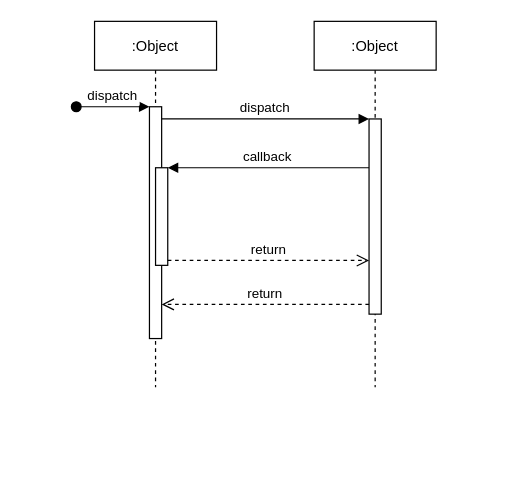
Earlier version of the draw.io diagram Untitled Diagram.drawio (yxian0315/alliances-biz). Source tidied: cells renumbered, new cells numbered last; positions are measured from the earlier drawing's top-left corner, leaving out a move shared by most shapes. Both pictures are drawn from the tidied source at 122%, with x=0, y=0 at pixel (76, 21).
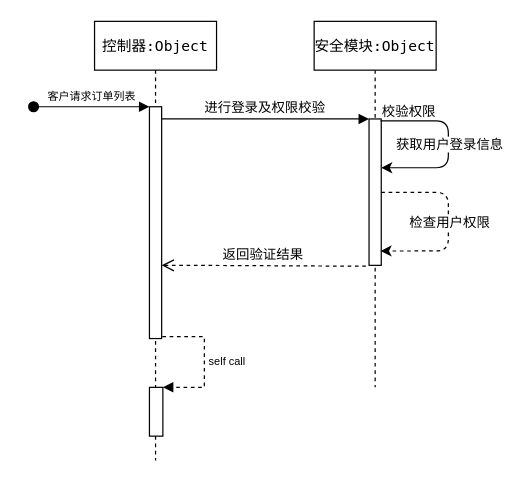
Above is the later version.

Unchanged cells that the change refers to:
```xml
<mxCell id="3" style="points=[];perimeter=orthogonalPerimeter;rounded=0;shadow=0;strokeWidth=1;" parent="2" vertex="1">
  <mxGeometry x="45" y="70" width="10" height="190" as="geometry" />
</mxCell>
```

Diff of the diagram source:
```diff
@@
-    <mxCell id="2" value=":Object" style="shape=umlLifeline;perimeter=lifelinePerimeter;rounded=0;shadow=0;strokeWidth=1;" parent="1" vertex="1">
-      <mxGeometry x="15" width="100" height="300" as="geometry" />
+    <mxCell id="2" value="控制器:Object" style="shape=umlLifeline;perimeter=lifelinePerimeter;rounded=0;shadow=0;strokeWidth=1;fontFamily=Lucida Console;" parent="1" vertex="1">
+      <mxGeometry x="15" width="100" height="360" as="geometry" />
     </mxCell>
@@
-    <mxCell id="4" value="dispatch" style="verticalAlign=bottom;startArrow=oval;endArrow=block;startSize=8;shadow=0;strokeWidth=1;" parent="2" edge="1" target="3">
+    <mxCell id="4" value="客户请求订单列表" style="verticalAlign=bottom;startArrow=oval;endArrow=block;startSize=8;shadow=0;strokeWidth=1;fontSize=9;fontFamily=Helvetica;" parent="2" edge="1" target="3">
       <mxGeometry relative="1" as="geometry">
-        <mxPoint x="-15" y="70" as="sourcePoint" />
+        <mxPoint x="-50" y="70" as="sourcePoint" />
       </mxGeometry>
     </mxCell>
-    <mxCell id="5" style="points=[];perimeter=orthogonalPerimeter;rounded=0;shadow=0;strokeWidth=1;" parent="2" vertex="1">
-      <mxGeometry x="50" y="120" width="10" height="80" as="geometry" />
-    </mxCell>
+    <mxCell id="12" style="html=1;points=[];perimeter=orthogonalPerimeter;fontFamily=Helvetica;fontSize=9;imageWidth=24;imageHeight=24;" parent="2" vertex="1">
+      <mxGeometry x="45" y="300" width="11" height="40" as="geometry" />
+    </mxCell>
+    <mxCell id="13" value="self call" style="edgeStyle=orthogonalEdgeStyle;html=1;align=left;spacingLeft=2;endArrow=block;rounded=0;entryX=1;entryY=0;dashed=1;fontFamily=Helvetica;fontSize=9;exitX=1.057;exitY=0.992;exitDx=0;exitDy=0;exitPerimeter=0;" parent="2" edge="1" source="3" target="12">
+      <mxGeometry relative="1" as="geometry">
+        <Array as="points">
+          <mxPoint x="90" y="259" />
+          <mxPoint x="90" y="300" />
+        </Array>
+      </mxGeometry>
+    </mxCell>
-    <mxCell id="6" value=":Object" style="shape=umlLifeline;perimeter=lifelinePerimeter;rounded=0;shadow=0;strokeWidth=1;" parent="1" vertex="1">
+    <mxCell id="6" value="安全模块:Object" style="shape=umlLifeline;perimeter=lifelinePerimeter;rounded=0;shadow=0;strokeWidth=1;fontFamily=Lucida Console;" parent="1" vertex="1">
       <mxGeometry x="195" width="100" height="300" as="geometry" />
     </mxCell>
     <mxCell id="7" style="points=[];perimeter=orthogonalPerimeter;rounded=0;shadow=0;strokeWidth=1;" parent="6" vertex="1">
-      <mxGeometry x="45" y="80" width="10" height="160" as="geometry" />
+      <mxGeometry x="45" y="80" width="10" height="120" as="geometry" />
     </mxCell>
+    <mxCell id="14" style="endArrow=classic;html=1;fontFamily=Helvetica;fontSize=9;exitX=0.943;exitY=0.013;exitDx=0;exitDy=0;exitPerimeter=0;edgeStyle=orthogonalEdgeStyle;" parent="6" edge="1" source="7" target="7">
+      <mxGeometry relative="1" as="geometry">
+        <Array as="points">
+          <mxPoint x="110" y="82" />
+          <mxPoint x="110" y="120" />
+        </Array>
+      </mxGeometry>
+    </mxCell>
+    <mxCell id="15" value="获取用户登录信息" style="edgeLabel;html=1;align=center;verticalAlign=middle;" parent="14" vertex="1">
+      <mxGeometry relative="1" as="geometry" />
+    </mxCell>
+    <mxCell id="16" value="校验权限" style="edgeLabel;html=1;align=left;verticalAlign=bottom;" parent="14" vertex="1">
+      <mxGeometry x="-1" relative="1" as="geometry" />
+    </mxCell>
+    <mxCell id="17" style="endArrow=classic;html=1;dashed=1;fontFamily=Helvetica;fontSize=9;exitX=1;exitY=0.502;exitDx=0;exitDy=0;exitPerimeter=0;edgeStyle=orthogonalEdgeStyle;entryX=0.943;entryY=0.902;entryDx=0;entryDy=0;entryPerimeter=0;" parent="6" edge="1" source="7" target="7">
+      <mxGeometry relative="1" as="geometry">
+        <Array as="points">
+          <mxPoint x="110" y="140" />
+          <mxPoint x="110" y="188" />
+        </Array>
+      </mxGeometry>
+    </mxCell>
+    <mxCell id="18" value="检查用户权限&lt;br&gt;" style="edgeLabel;html=1;align=center;verticalAlign=middle;" parent="17" vertex="1">
+      <mxGeometry relative="1" as="geometry" />
+    </mxCell>
-    <mxCell id="8" value="return" style="verticalAlign=bottom;endArrow=open;dashed=1;endSize=8;exitX=0;exitY=0.95;shadow=0;strokeWidth=1;" parent="1" edge="1" source="7" target="3">
-      <mxGeometry relative="1" as="geometry" />
+    <mxCell id="8" value="返回验证结果" style="verticalAlign=bottom;endArrow=open;dashed=1;endSize=8;shadow=0;strokeWidth=1;exitX=-0.257;exitY=1.006;exitDx=0;exitDy=0;exitPerimeter=0;" parent="1" edge="1" source="7" target="3">
+      <mxGeometry relative="1" as="geometry">
+        <Array as="points">
+          <mxPoint x="95" y="200" />
+        </Array>
+      </mxGeometry>
     </mxCell>
-    <mxCell id="9" value="dispatch" style="verticalAlign=bottom;endArrow=block;entryX=0;entryY=0;shadow=0;strokeWidth=1;" parent="1" edge="1" source="3" target="7">
+    <mxCell id="9" value="进行登录及权限校验" style="verticalAlign=bottom;endArrow=block;entryX=0;entryY=0;shadow=0;strokeWidth=1;" parent="1" edge="1" source="3" target="7">
       <mxGeometry relative="1" as="geometry" />
     </mxCell>
-    <mxCell id="10" value="callback" style="verticalAlign=bottom;endArrow=block;entryX=1;entryY=0;shadow=0;strokeWidth=1;" parent="1" edge="1" source="7" target="5">
-      <mxGeometry relative="1" as="geometry" />
-    </mxCell>
-    <mxCell id="11" value="return" style="verticalAlign=bottom;endArrow=open;dashed=1;endSize=8;exitX=1;exitY=0.95;shadow=0;strokeWidth=1;" parent="1" edge="1" source="5" target="7">
-      <mxGeometry relative="1" as="geometry" />
-    </mxCell>
```
